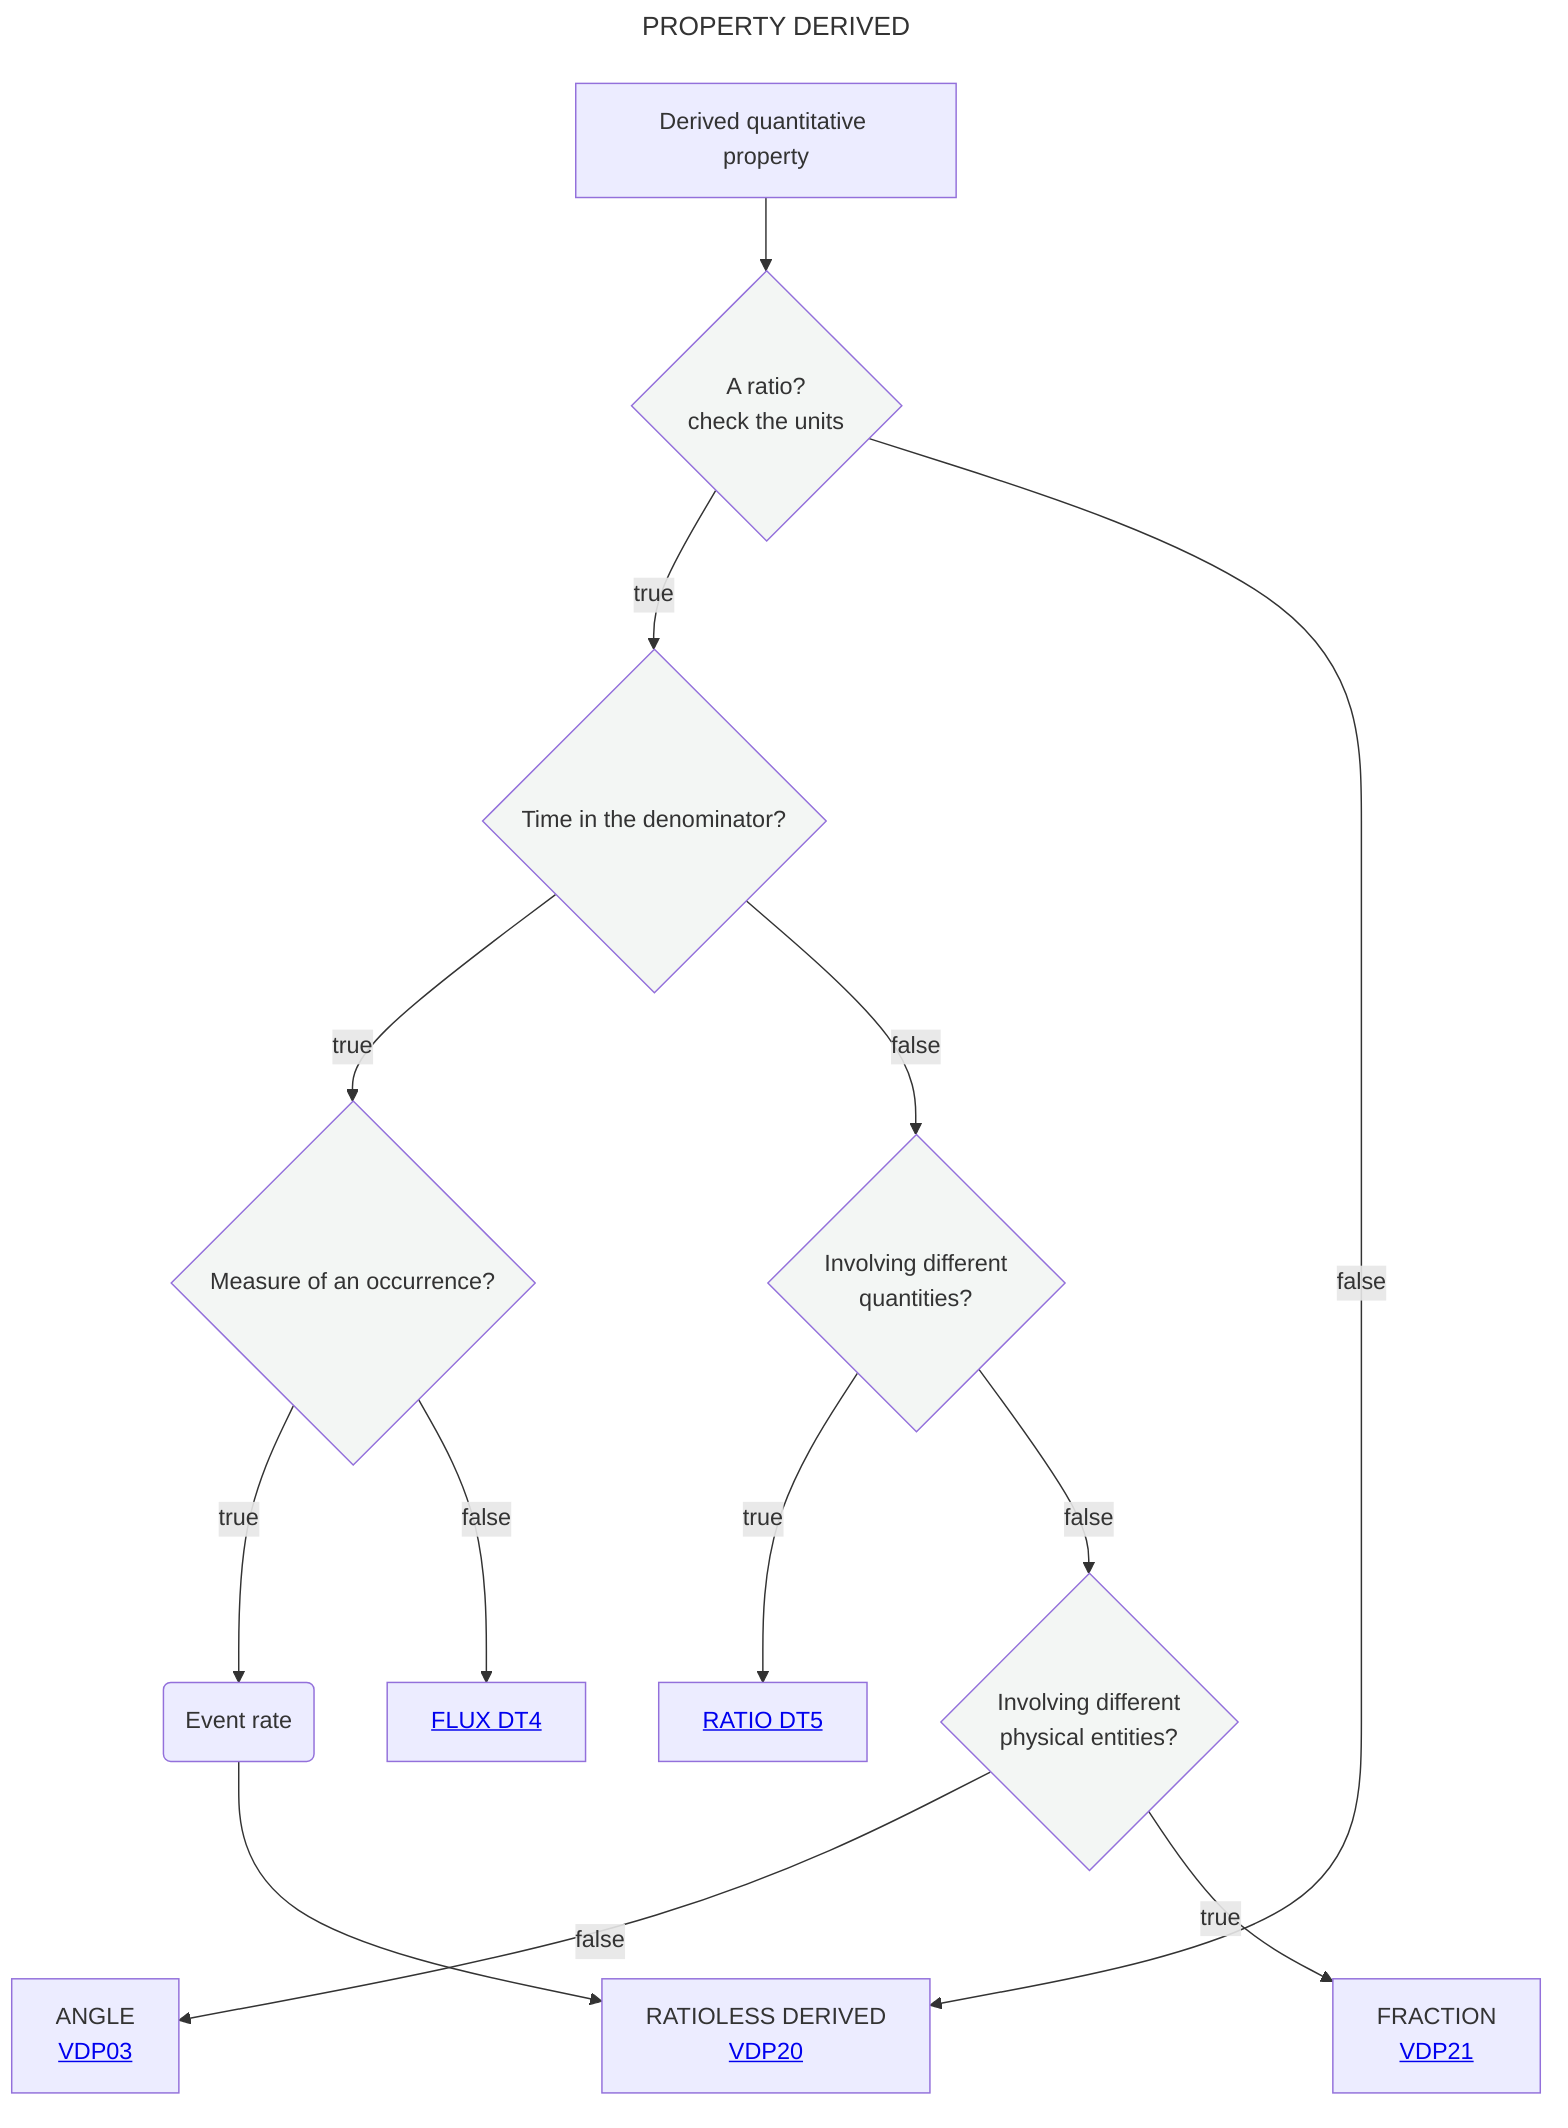
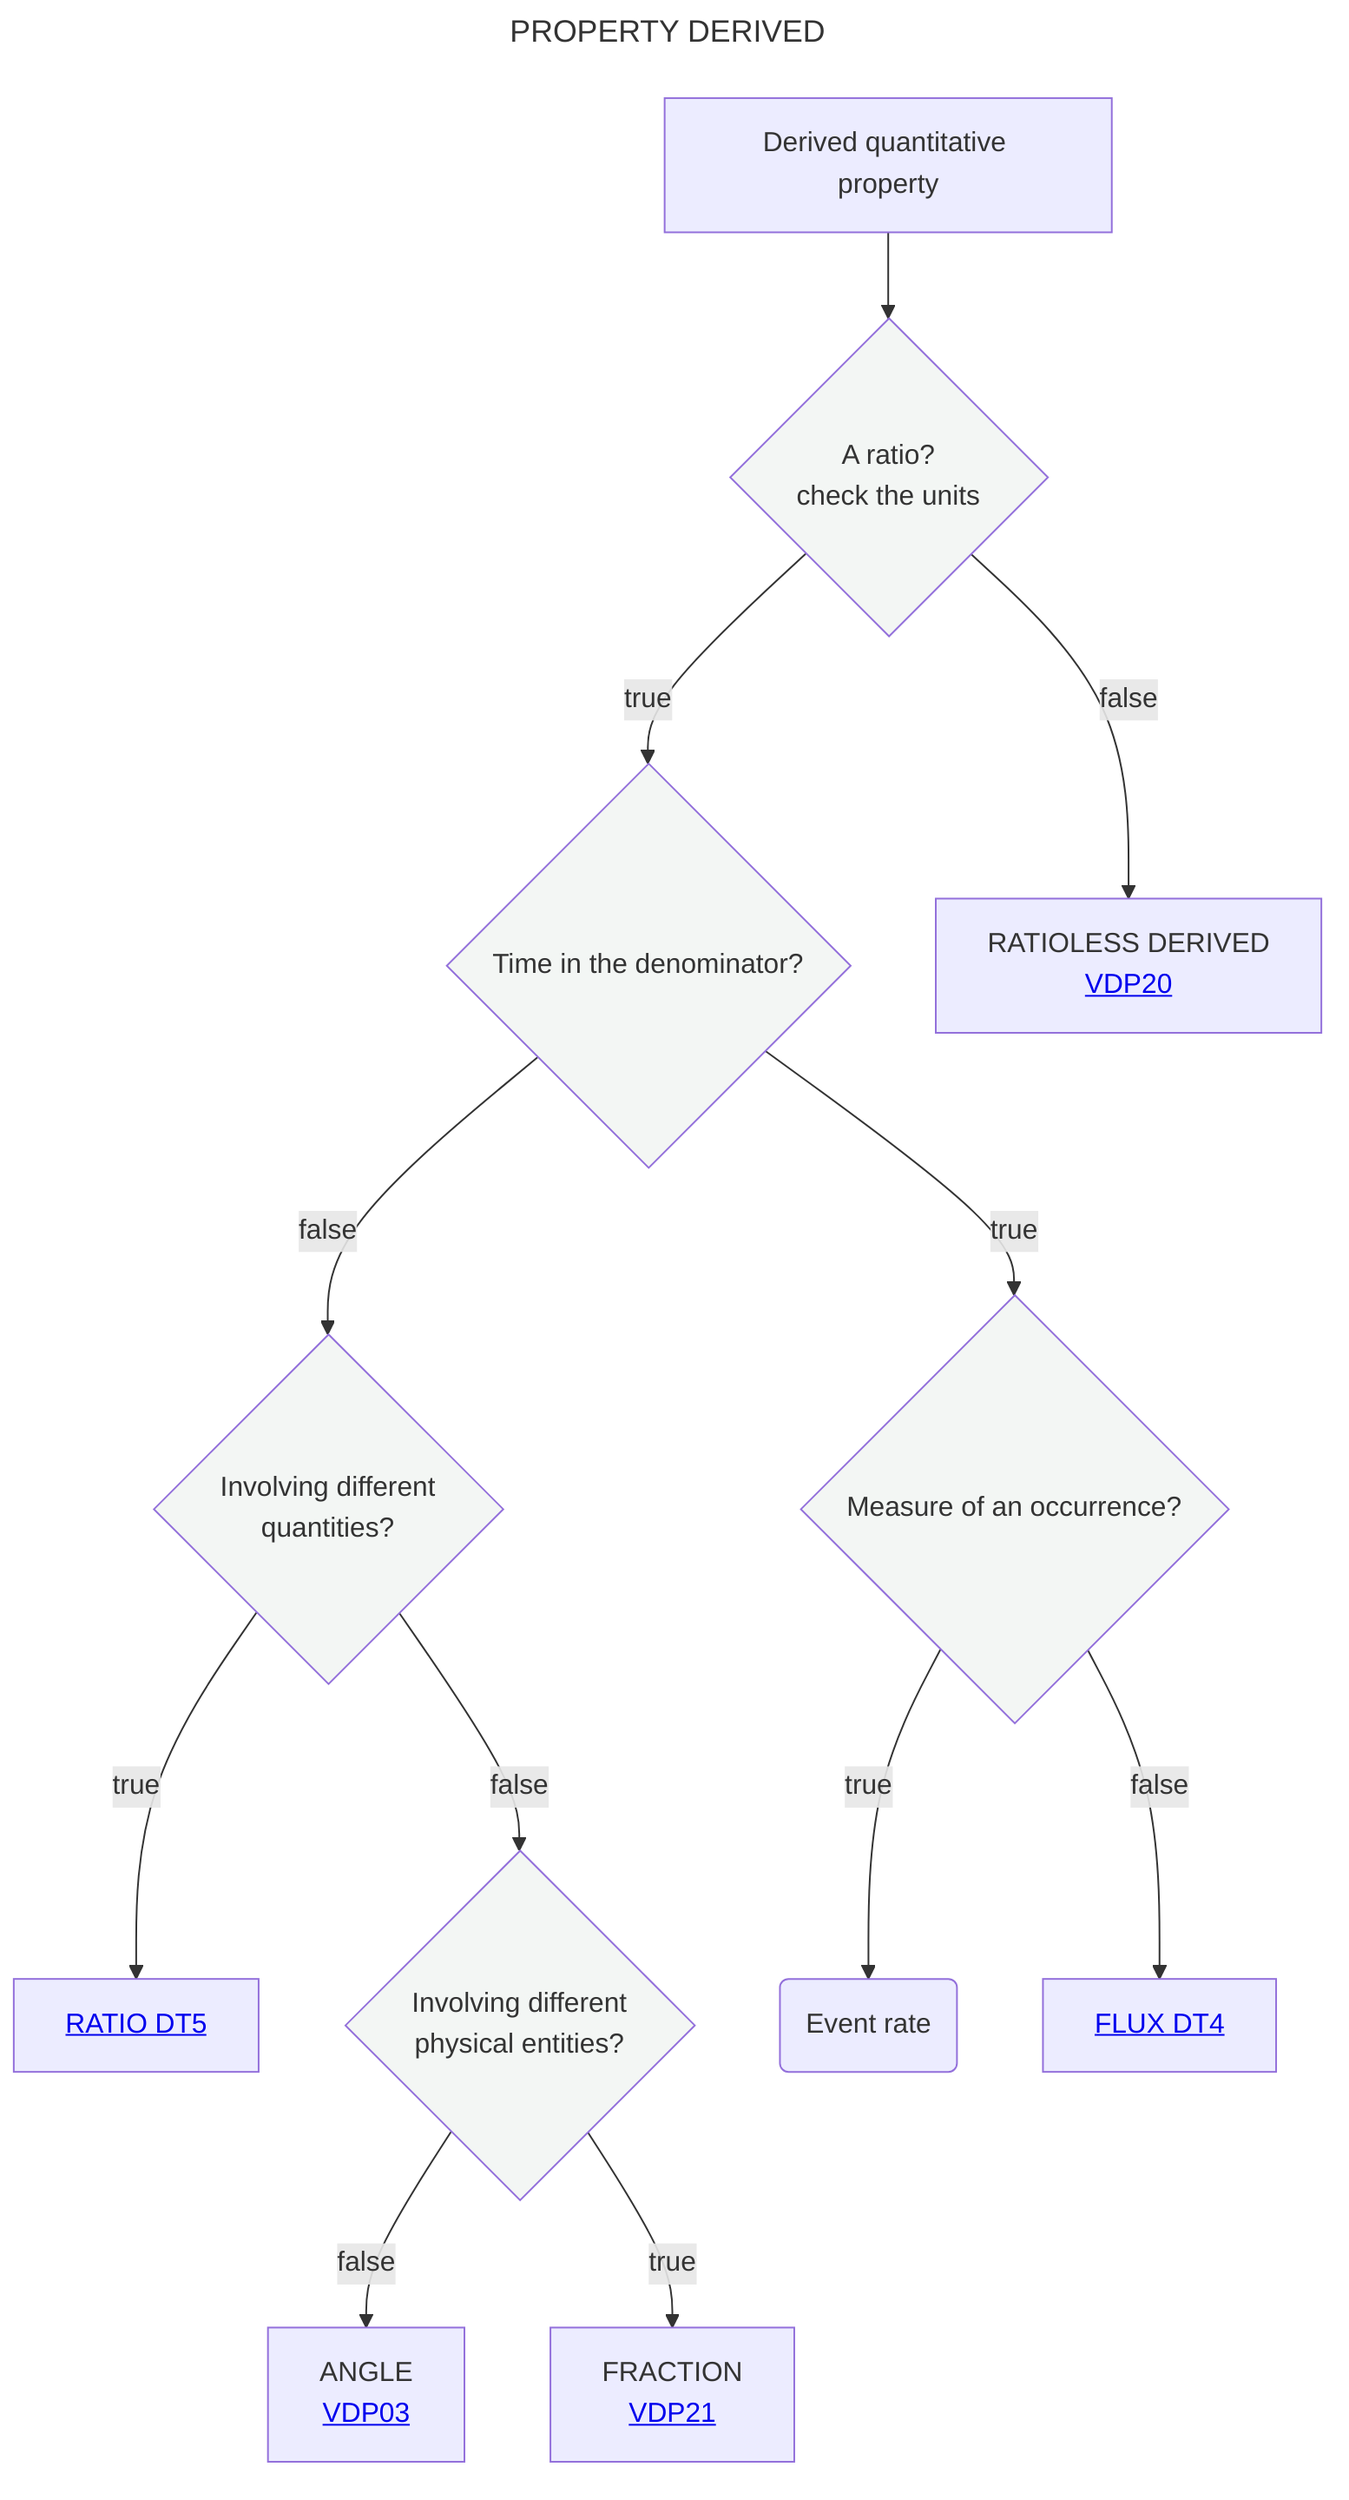
---
title: PROPERTY DERIVED
---
flowchart TD
    A[Derived quantitative property] --> B{A ratio?<br>check the units}:::white
    B --> |true|N{Time in the denominator?}:::white
    B --> |false|I[RATIOLESS DERIVED <br> <a href='https://github.com/mabablue/I-ADOPT-patterns-playground/blob/main/pattern/VDP20.yaml'>VDP20</a>]
    N --> |true|E{Measure of an occurrence?}:::white
    N --> |false|O{Involving different <br> quantities?}:::white
    O --> |true|P[<a href='https://github.com/mabablue/I-ADOPT-patterns-playground/blob/main/Decisition_trees/DT5.mmd'>RATIO DT5</a>]
    O --> |false|Q{Involving different <br> physical entities?}:::white
    Q --> |false|R[ANGLE <br> <a href='https://github.com/mabablue/I-ADOPT-patterns-playground/blob/main/pattern/VDP03.yaml'>VDP03</a>]
    Q --> |true|S[FRACTION <br> <a href='https://github.com/mabablue/I-ADOPT-patterns-playground/blob/main/pattern/VDP21.yaml'>VDP21</a>]
    E --> |true|L(Event rate)
    E --> |false|K[<a href='https://github.com/mabablue/I-ADOPT-patterns-playground/blob/main/Decisition_trees/DT4.mmd'>FLUX DT4</a>]
-     L --> I
   classDef blue fill:#90D5FF
   classDef satblue fill:#57B9FF
   classDef white fill:#f3f6f4
   classDef green fill:#6aa84f

